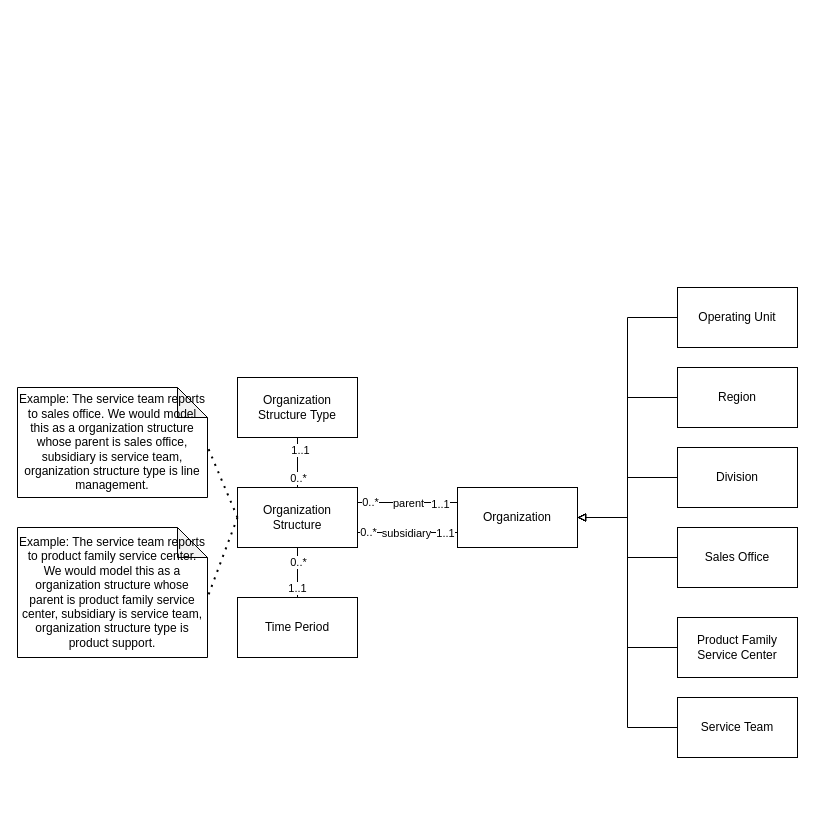
Before: analysis-patterns-2-6-Using-a-typed-relationship.drawio in wubin28/analysis-patterns-diagrams-in-uml, a draw.io diagram. Source tidied: cells renumbered, new cells numbered last; positions are measured from the earlier drawing's top-left corner, leaving out a move shared by most shapes. Both pictures are drawn from the tidied source at 100%, with x=0, y=0 at pixel (17, 287).
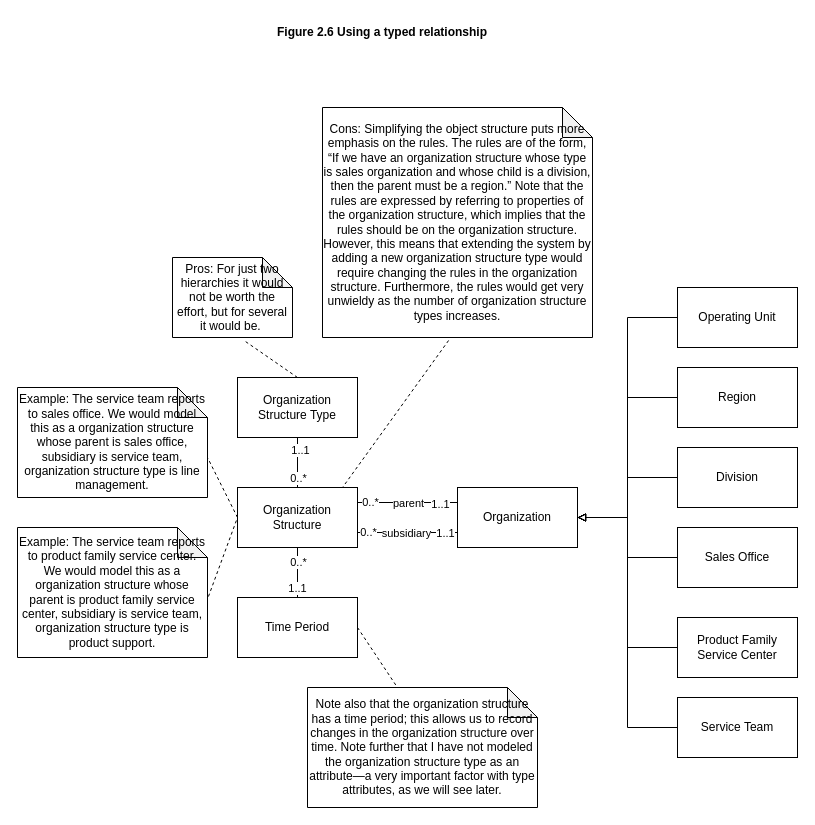
After the change.

Commit message:
refactor: add pros and cons for figure 2.6

Unchanged cells that the change refers to:
```xml
<mxCell id="11" value="Organization Structure" style="rounded=0;whiteSpace=wrap;html=1;" parent="1" vertex="1">
  <mxGeometry x="220" y="200" width="120" height="60" as="geometry" />
</mxCell>
<mxCell id="20" value="Organization Structure Type" style="rounded=0;whiteSpace=wrap;html=1;" parent="1" vertex="1">
  <mxGeometry x="220" y="90" width="120" height="60" as="geometry" />
</mxCell>
<mxCell id="21" value="Time Period" style="rounded=0;whiteSpace=wrap;html=1;" parent="1" vertex="1">
  <mxGeometry x="220" y="310" width="120" height="60" as="geometry" />
</mxCell>
<mxCell id="32" value="Example: The service team reports to sales office. We would model this as a organization structure whose parent is sales office, subsidiary is service team, organization structure type is line management." style="shape=note;whiteSpace=wrap;html=1;backgroundOutline=1;darkOpacity=0.05;" parent="1" vertex="1">
  <mxGeometry y="100" width="190" height="110" as="geometry" />
</mxCell>
<mxCell id="33" value="Example: The service team reports to product family service center. We would model this as a organization structure whose parent is product family service center, subsidiary is service team, organization structure type is product support." style="shape=note;whiteSpace=wrap;html=1;backgroundOutline=1;darkOpacity=0.05;" parent="1" vertex="1">
  <mxGeometry y="240" width="190" height="130" as="geometry" />
</mxCell>
```

The edit, as a diff of the source:
```diff
@@
-    <mxCell id="34" style="endArrow=none;dashed=1;html=1;dashPattern=1 3;strokeWidth=2;rounded=0;entryX=0;entryY=0.5;entryDx=0;entryDy=0;exitX=1.006;exitY=0.561;exitDx=0;exitDy=0;exitPerimeter=0;" parent="1" edge="1" source="32" target="11">
-      <mxGeometry relative="1" as="geometry" />
-    </mxCell>
-    <mxCell id="35" style="endArrow=none;dashed=1;html=1;dashPattern=1 3;strokeWidth=2;rounded=0;entryX=0;entryY=0;entryDx=190;entryDy=70;entryPerimeter=0;exitX=0;exitY=0.5;exitDx=0;exitDy=0;" parent="1" edge="1" source="11" target="33">
-      <mxGeometry relative="1" as="geometry" />
-    </mxCell>
+    <mxCell id="36" value="Figure 2.6 Using a typed relationship" style="text;html=1;strokeColor=none;fillColor=none;align=center;verticalAlign=middle;whiteSpace=wrap;rounded=0;fontStyle=1;" parent="1" vertex="1">
+      <mxGeometry x="245" y="-270" width="240" height="30" as="geometry" />
+    </mxCell>
+    <mxCell id="37" value="Pros:&amp;nbsp;For just two hierarchies it would not be worth the effort, but for several it would be.&amp;nbsp;" style="shape=note;whiteSpace=wrap;html=1;backgroundOutline=1;darkOpacity=0.05;" parent="1" vertex="1">
+      <mxGeometry x="155" y="-30" width="120" height="80" as="geometry" />
+    </mxCell>
+    <mxCell id="38" value="Note also that the organization structure has a time period; this allows us to record changes in the organization structure over time. Note further that I have not modeled the organization structure type as an attribute—a very important factor with type attributes, as we will see later." style="shape=note;whiteSpace=wrap;html=1;backgroundOutline=1;darkOpacity=0.05;" parent="1" vertex="1">
+      <mxGeometry x="290" y="400" width="230" height="120" as="geometry" />
+    </mxCell>
+    <mxCell id="39" style="endArrow=none;dashed=1;html=1;rounded=0;entryX=0;entryY=0;entryDx=190;entryDy=70;entryPerimeter=0;exitX=0;exitY=0.5;exitDx=0;exitDy=0;" parent="1" edge="1" source="11" target="32">
+      <mxGeometry relative="1" as="geometry" />
+    </mxCell>
+    <mxCell id="40" style="endArrow=none;dashed=1;html=1;rounded=0;exitX=1.005;exitY=0.531;exitDx=0;exitDy=0;exitPerimeter=0;" parent="1" edge="1" source="33">
+      <mxGeometry relative="1" as="geometry">
+        <mxPoint x="220" y="230" as="targetPoint" />
+      </mxGeometry>
+    </mxCell>
+    <mxCell id="41" style="endArrow=none;dashed=1;html=1;rounded=0;exitX=0.5;exitY=0;exitDx=0;exitDy=0;entryX=0.608;entryY=1.05;entryDx=0;entryDy=0;entryPerimeter=0;" parent="1" edge="1" source="20" target="37">
+      <mxGeometry relative="1" as="geometry" />
+    </mxCell>
+    <mxCell id="42" style="endArrow=none;dashed=1;html=1;rounded=0;entryX=0.391;entryY=0;entryDx=0;entryDy=0;entryPerimeter=0;exitX=1;exitY=0.5;exitDx=0;exitDy=0;" parent="1" edge="1" source="21" target="38">
+      <mxGeometry relative="1" as="geometry" />
+    </mxCell>
+    <mxCell id="43" value="Cons:&amp;nbsp;Simplifying the object structure puts more emphasis on the rules. The rules are of the form, “If we have an organization structure whose type is sales organization and whose child is a division, then the parent must be a region.” Note that the rules are expressed by referring to properties of the organization structure, which implies that the rules should be on the organization structure. However, this means that extending the system by adding a new organization structure type would require changing the rules in the organization structure. Furthermore, the rules would get very unwieldy as the number of organization structure types increases." style="shape=note;whiteSpace=wrap;html=1;backgroundOutline=1;darkOpacity=0.05;" parent="1" vertex="1">
+      <mxGeometry x="305" y="-180" width="270" height="230" as="geometry" />
+    </mxCell>
+    <mxCell id="44" style="endArrow=none;dashed=1;html=1;rounded=0;exitX=0.467;exitY=1.013;exitDx=0;exitDy=0;entryX=0.875;entryY=0;entryDx=0;entryDy=0;entryPerimeter=0;exitPerimeter=0;" parent="1" edge="1" source="43" target="11">
+      <mxGeometry relative="1" as="geometry" />
+    </mxCell>
```
